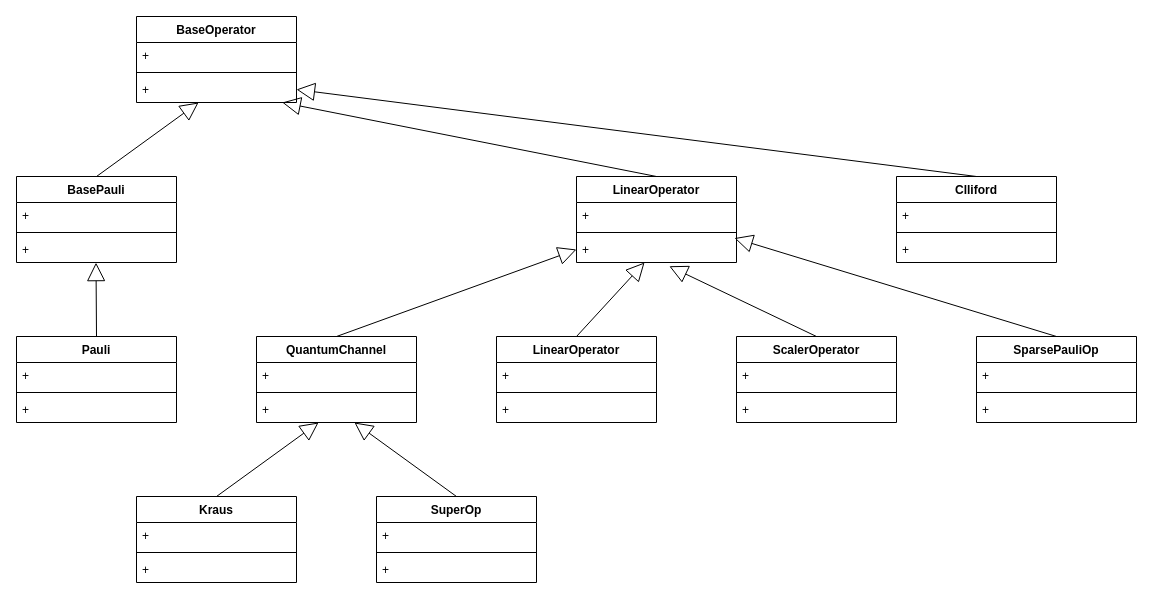
Before: qiskit-terra.drawio in derwind/draw.io, a draw.io diagram. Source tidied: cells renumbered, new cells numbered last; positions are measured from the earlier drawing's top-left corner, leaving out a move shared by most shapes. Both pictures are drawn from the tidied source at 100%, with x=0, y=0 at pixel (16, 16).
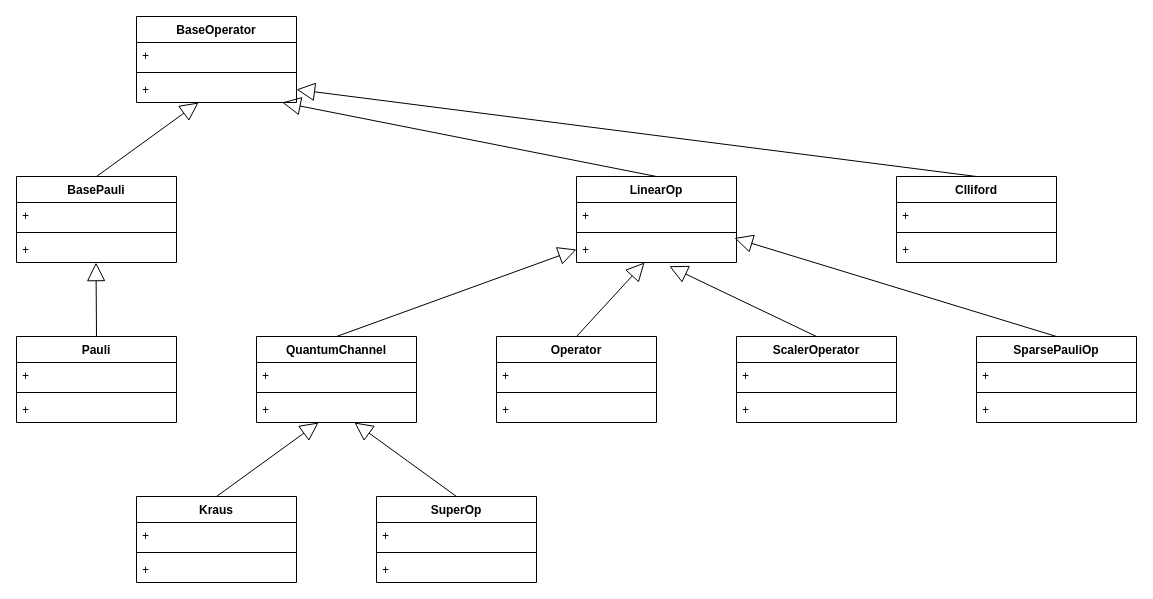
The same page after the edit.

Change to the diagram source:
```diff
@@
-    <mxCell id="16" value="LinearOperator" style="swimlane;fontStyle=1;align=center;verticalAlign=top;horizontal=1;startSize=26;" parent="1" vertex="1">
+    <mxCell id="16" value="LinearOp" style="swimlane;fontStyle=1;align=center;verticalAlign=top;horizontal=1;startSize=26;" parent="1" vertex="1">
       <mxGeometry x="560" y="160" width="160" height="86" as="geometry" />
     </mxCell>
@@
-    <mxCell id="21" value="LinearOperator" style="swimlane;fontStyle=1;align=center;verticalAlign=top;horizontal=1;startSize=26;" parent="1" vertex="1">
+    <mxCell id="21" value="Operator" style="swimlane;fontStyle=1;align=center;verticalAlign=top;horizontal=1;startSize=26;" parent="1" vertex="1">
       <mxGeometry x="480" y="320" width="160" height="86" as="geometry" />
     </mxCell>
```
